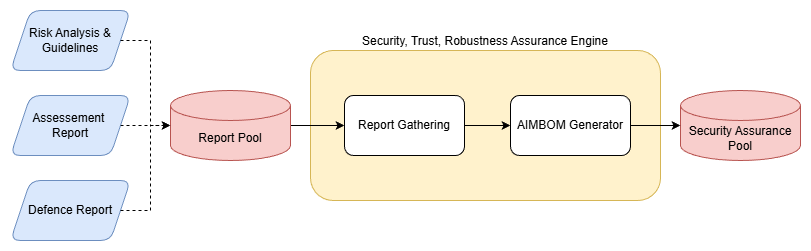
CoEvolution-Project-EU/STRAE_T5.4 keeps this draw.io diagram as docs/graphics/strae_arch.png. Above is the earlier version. Source tidied: cells renumbered, new cells last; positions are measured from the earlier drawing's top-left corner, leaving out a move shared by most shapes. Source of this version:
```xml
<mxGraphModel>
  <root>
    <mxCell id="0" />
    <mxCell id="1" parent="0" />
    <mxCell id="2" value="Security, Trust, Robustness Assurance Engine" style="rounded=1;whiteSpace=wrap;html=1;fillColor=#fff2cc;strokeColor=#d6b656;labelPosition=center;verticalLabelPosition=top;align=center;verticalAlign=bottom;" parent="1" vertex="1">
      <mxGeometry x="300" y="40" width="350" height="150" as="geometry" />
    </mxCell>
    <mxCell id="3" style="edgeStyle=orthogonalEdgeStyle;rounded=0;jettySize=auto;html=1;exitX=1;exitY=0.5;exitDx=0;exitDy=0;exitPerimeter=0;entryX=0;entryY=0.5;entryDx=0;entryDy=0;" parent="1" edge="1" source="4" target="14">
      <mxGeometry relative="1" as="geometry" />
    </mxCell>
    <mxCell id="4" value="Report Pool" style="shape=cylinder3;whiteSpace=wrap;html=1;boundedLbl=1;backgroundOutline=1;size=15;fillColor=#f8cecc;strokeColor=#b85450;" parent="1" vertex="1">
      <mxGeometry x="160" y="80" width="120" height="70" as="geometry" />
    </mxCell>
    <mxCell id="5" value="Security Assurance Pool" style="shape=cylinder3;whiteSpace=wrap;html=1;boundedLbl=1;backgroundOutline=1;size=15;fillColor=#f8cecc;strokeColor=#b85450;" parent="1" vertex="1">
      <mxGeometry x="670" y="80" width="120" height="70" as="geometry" />
    </mxCell>
    <mxCell id="6" value="Risk Analysis &amp;amp; Guidelines" style="shape=parallelogram;perimeter=parallelogramPerimeter;whiteSpace=wrap;html=1;fixedSize=1;fillColor=#dae8fc;strokeColor=#6c8ebf;rounded=1;" parent="1" vertex="1">
      <mxGeometry width="120" height="60" as="geometry" />
    </mxCell>
    <mxCell id="7" value="Assessement&amp;nbsp;&lt;div&gt;Report&lt;/div&gt;" style="shape=parallelogram;perimeter=parallelogramPerimeter;whiteSpace=wrap;html=1;fixedSize=1;fillColor=#dae8fc;strokeColor=#6c8ebf;rounded=1;" parent="1" vertex="1">
      <mxGeometry y="85" width="120" height="60" as="geometry" />
    </mxCell>
    <mxCell id="8" value="Defence Report" style="shape=parallelogram;perimeter=parallelogramPerimeter;whiteSpace=wrap;html=1;fixedSize=1;fillColor=#dae8fc;strokeColor=#6c8ebf;rounded=1;" parent="1" vertex="1">
      <mxGeometry y="170" width="120" height="60" as="geometry" />
    </mxCell>
    <mxCell id="9" style="edgeStyle=orthogonalEdgeStyle;rounded=0;jettySize=auto;html=1;exitX=1;exitY=0.5;exitDx=0;exitDy=0;entryX=0;entryY=0.5;entryDx=0;entryDy=0;entryPerimeter=0;dashed=1;" parent="1" edge="1" source="6" target="4">
      <mxGeometry relative="1" as="geometry">
        <Array as="points">
          <mxPoint x="140" y="30" />
          <mxPoint x="140" y="115" />
        </Array>
      </mxGeometry>
    </mxCell>
    <mxCell id="10" style="edgeStyle=orthogonalEdgeStyle;rounded=0;jettySize=auto;html=1;exitX=1;exitY=0.5;exitDx=0;exitDy=0;entryX=0;entryY=0.5;entryDx=0;entryDy=0;entryPerimeter=0;dashed=1;" parent="1" edge="1" source="7" target="4">
      <mxGeometry relative="1" as="geometry" />
    </mxCell>
    <mxCell id="11" style="edgeStyle=orthogonalEdgeStyle;rounded=0;jettySize=auto;html=1;exitX=1;exitY=0.5;exitDx=0;exitDy=0;entryX=0;entryY=0.5;entryDx=0;entryDy=0;entryPerimeter=0;dashed=1;" parent="1" edge="1" source="8" target="4">
      <mxGeometry relative="1" as="geometry" />
    </mxCell>
    <mxCell id="12" value="AIMBOM Generator" style="rounded=1;whiteSpace=wrap;html=1;" parent="1" vertex="1">
      <mxGeometry x="500" y="85" width="120" height="60" as="geometry" />
    </mxCell>
    <mxCell id="13" style="edgeStyle=orthogonalEdgeStyle;rounded=0;jettySize=auto;html=1;exitX=1;exitY=0.5;exitDx=0;exitDy=0;entryX=0;entryY=0.5;entryDx=0;entryDy=0;" parent="1" edge="1" source="14" target="12">
      <mxGeometry relative="1" as="geometry" />
    </mxCell>
    <mxCell id="14" value="Report Gathering" style="rounded=1;whiteSpace=wrap;html=1;" parent="1" vertex="1">
      <mxGeometry x="334" y="85" width="120" height="60" as="geometry" />
    </mxCell>
    <mxCell id="15" style="edgeStyle=orthogonalEdgeStyle;rounded=0;jettySize=auto;html=1;exitX=1;exitY=0.5;exitDx=0;exitDy=0;entryX=0;entryY=0.5;entryDx=0;entryDy=0;entryPerimeter=0;" parent="1" edge="1" source="12" target="5">
      <mxGeometry relative="1" as="geometry" />
    </mxCell>
  </root>
</mxGraphModel>
```
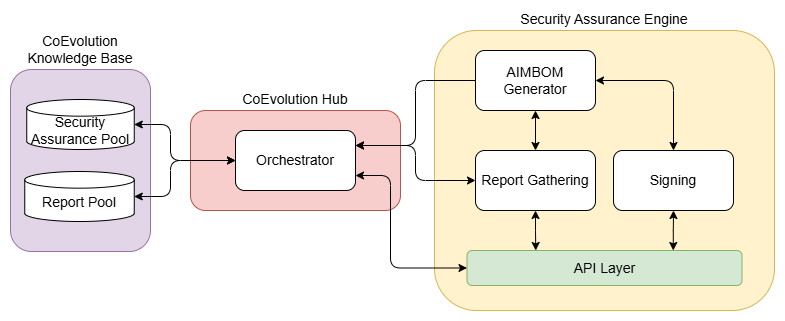
Later version of the same file.

Change to the diagram source:
```diff
@@ -2,52 +2,77 @@
   <root>
     <mxCell id="0" />
     <mxCell id="1" parent="0" />
-    <mxCell id="2" value="Security, Trust, Robustness Assurance Engine" style="rounded=1;whiteSpace=wrap;html=1;fillColor=#fff2cc;strokeColor=#d6b656;labelPosition=center;verticalLabelPosition=top;align=center;verticalAlign=bottom;" parent="1" vertex="1">
-      <mxGeometry x="300" y="40" width="350" height="150" as="geometry" />
+    <mxCell id="2" value="CoEvolution Hub" style="rounded=1;whiteSpace=wrap;html=1;fillColor=#f8cecc;strokeColor=#b85450;fontSize=14;verticalAlign=bottom;labelPosition=center;verticalLabelPosition=top;align=center;" parent="1" vertex="1">
+      <mxGeometry x="180" y="480" width="210" height="100" as="geometry" />
     </mxCell>
-    <mxCell id="3" style="edgeStyle=orthogonalEdgeStyle;rounded=0;jettySize=auto;html=1;exitX=1;exitY=0.5;exitDx=0;exitDy=0;exitPerimeter=0;entryX=0;entryY=0.5;entryDx=0;entryDy=0;" parent="1" edge="1" source="4" target="14">
-      <mxGeometry relative="1" as="geometry" />
+    <mxCell id="3" value="CoEvolution Knowledge Base" style="rounded=1;whiteSpace=wrap;html=1;fillColor=#e1d5e7;strokeColor=#9673a6;verticalAlign=bottom;labelPosition=center;verticalLabelPosition=top;align=center;fontSize=14;" parent="1" vertex="1">
+      <mxGeometry y="439" width="140" height="182" as="geometry" />
     </mxCell>
-    <mxCell id="4" value="Report Pool" style="shape=cylinder3;whiteSpace=wrap;html=1;boundedLbl=1;backgroundOutline=1;size=15;fillColor=#f8cecc;strokeColor=#b85450;" parent="1" vertex="1">
-      <mxGeometry x="160" y="80" width="120" height="70" as="geometry" />
+    <mxCell id="4" style="edgeStyle=orthogonalEdgeStyle;rounded=1;jettySize=auto;html=1;exitX=1;exitY=0.5;exitDx=0;exitDy=0;exitPerimeter=0;entryX=0;entryY=0.5;entryDx=0;entryDy=0;startArrow=classic;startFill=1;curved=0;fontSize=14;" parent="1" edge="1" source="5" target="19">
+      <mxGeometry relative="1" as="geometry">
+        <Array as="points">
+          <mxPoint x="160" y="566" />
+          <mxPoint x="160" y="530" />
+        </Array>
+      </mxGeometry>
     </mxCell>
-    <mxCell id="5" value="Security Assurance Pool" style="shape=cylinder3;whiteSpace=wrap;html=1;boundedLbl=1;backgroundOutline=1;size=15;fillColor=#f8cecc;strokeColor=#b85450;" parent="1" vertex="1">
-      <mxGeometry x="670" y="80" width="120" height="70" as="geometry" />
+    <mxCell id="5" value="Report Pool" style="strokeWidth=1;html=1;shape=mxgraph.flowchart.database;whiteSpace=wrap;labelPosition=center;verticalLabelPosition=middle;align=center;verticalAlign=middle;spacingTop=11;fontSize=14;" parent="1" vertex="1">
+      <mxGeometry x="14.2" y="541" width="109.5" height="50" as="geometry" />
     </mxCell>
-    <mxCell id="6" value="Risk Analysis &amp;amp; Guidelines" style="shape=parallelogram;perimeter=parallelogramPerimeter;whiteSpace=wrap;html=1;fixedSize=1;fillColor=#dae8fc;strokeColor=#6c8ebf;rounded=1;" parent="1" vertex="1">
-      <mxGeometry width="120" height="60" as="geometry" />
+    <mxCell id="6" value="Security Assurance Pool" style="strokeWidth=1;html=1;shape=mxgraph.flowchart.database;whiteSpace=wrap;labelPosition=center;verticalLabelPosition=middle;align=center;verticalAlign=middle;spacingTop=11;fontSize=14;" parent="1" vertex="1">
+      <mxGeometry x="16.2" y="469" width="107.5" height="50" as="geometry" />
     </mxCell>
-    <mxCell id="7" value="Assessement&amp;nbsp;&lt;div&gt;Report&lt;/div&gt;" style="shape=parallelogram;perimeter=parallelogramPerimeter;whiteSpace=wrap;html=1;fixedSize=1;fillColor=#dae8fc;strokeColor=#6c8ebf;rounded=1;" parent="1" vertex="1">
-      <mxGeometry y="85" width="120" height="60" as="geometry" />
+    <mxCell id="7" value="Security Assurance Engine" style="rounded=1;whiteSpace=wrap;html=1;fillColor=#fff2cc;strokeColor=#d6b656;labelPosition=center;verticalLabelPosition=top;align=center;verticalAlign=bottom;fontSize=14;" parent="1" vertex="1">
+      <mxGeometry x="424" y="400" width="340" height="280" as="geometry" />
     </mxCell>
-    <mxCell id="8" value="Defence Report" style="shape=parallelogram;perimeter=parallelogramPerimeter;whiteSpace=wrap;html=1;fixedSize=1;fillColor=#dae8fc;strokeColor=#6c8ebf;rounded=1;" parent="1" vertex="1">
-      <mxGeometry y="170" width="120" height="60" as="geometry" />
+    <mxCell id="8" style="edgeStyle=orthogonalEdgeStyle;rounded=0;jettySize=auto;html=1;exitX=0.75;exitY=0;exitDx=0;exitDy=0;entryX=0.5;entryY=1;entryDx=0;entryDy=0;startArrow=classic;startFill=1;fontSize=14;" parent="1" edge="1" source="9" target="17">
+      <mxGeometry relative="1" as="geometry" />
     </mxCell>
-    <mxCell id="9" style="edgeStyle=orthogonalEdgeStyle;rounded=0;jettySize=auto;html=1;exitX=1;exitY=0.5;exitDx=0;exitDy=0;entryX=0;entryY=0.5;entryDx=0;entryDy=0;entryPerimeter=0;dashed=1;" parent="1" edge="1" source="6" target="4">
-      <mxGeometry relative="1" as="geometry">
-        <Array as="points">
-          <mxPoint x="140" y="30" />
-          <mxPoint x="140" y="115" />
-        </Array>
-      </mxGeometry>
+    <mxCell id="9" value="API Layer" style="rounded=1;whiteSpace=wrap;html=1;fontSize=14;fillColor=#d5e8d4;strokeColor=#82b366;" parent="1" vertex="1">
+      <mxGeometry x="456.5" y="620" width="275" height="35" as="geometry" />
     </mxCell>
-    <mxCell id="10" style="edgeStyle=orthogonalEdgeStyle;rounded=0;jettySize=auto;html=1;exitX=1;exitY=0.5;exitDx=0;exitDy=0;entryX=0;entryY=0.5;entryDx=0;entryDy=0;entryPerimeter=0;dashed=1;" parent="1" edge="1" source="7" target="4">
+    <mxCell id="10" style="edgeStyle=orthogonalEdgeStyle;rounded=0;jettySize=auto;html=1;exitX=0.5;exitY=1;exitDx=0;exitDy=0;entryX=0.25;entryY=0;entryDx=0;entryDy=0;startArrow=classic;startFill=1;fontSize=14;" parent="1" edge="1" source="13" target="9">
       <mxGeometry relative="1" as="geometry" />
     </mxCell>
-    <mxCell id="11" style="edgeStyle=orthogonalEdgeStyle;rounded=0;jettySize=auto;html=1;exitX=1;exitY=0.5;exitDx=0;exitDy=0;entryX=0;entryY=0.5;entryDx=0;entryDy=0;entryPerimeter=0;dashed=1;" parent="1" edge="1" source="8" target="4">
+    <mxCell id="11" style="edgeStyle=orthogonalEdgeStyle;rounded=0;jettySize=auto;html=1;exitX=0.5;exitY=0;exitDx=0;exitDy=0;entryX=0.5;entryY=1;entryDx=0;entryDy=0;startArrow=classic;startFill=1;fontSize=14;" parent="1" edge="1" source="13" target="16">
       <mxGeometry relative="1" as="geometry" />
     </mxCell>
-    <mxCell id="12" value="AIMBOM Generator" style="rounded=1;whiteSpace=wrap;html=1;" parent="1" vertex="1">
-      <mxGeometry x="500" y="85" width="120" height="60" as="geometry" />
+    <mxCell id="12" style="edgeStyle=orthogonalEdgeStyle;rounded=1;jettySize=auto;html=1;exitX=0;exitY=0.5;exitDx=0;exitDy=0;entryX=1;entryY=0.25;entryDx=0;entryDy=0;curved=0;startArrow=classic;startFill=1;fontSize=14;" parent="1" edge="1" source="13" target="19">
+      <mxGeometry relative="1" as="geometry" />
     </mxCell>
-    <mxCell id="13" style="edgeStyle=orthogonalEdgeStyle;rounded=0;jettySize=auto;html=1;exitX=1;exitY=0.5;exitDx=0;exitDy=0;entryX=0;entryY=0.5;entryDx=0;entryDy=0;" parent="1" edge="1" source="14" target="12">
-      <mxGeometry relative="1" as="geometry" />
+    <mxCell id="13" value="Report Gathering" style="rounded=1;whiteSpace=wrap;html=1;fontSize=14;" parent="1" vertex="1">
+      <mxGeometry x="465" y="520" width="120" height="60" as="geometry" />
     </mxCell>
-    <mxCell id="14" value="Report Gathering" style="rounded=1;whiteSpace=wrap;html=1;" parent="1" vertex="1">
-      <mxGeometry x="334" y="85" width="120" height="60" as="geometry" />
+    <mxCell id="14" style="edgeStyle=orthogonalEdgeStyle;rounded=1;jettySize=auto;html=1;exitX=0;exitY=0.5;exitDx=0;exitDy=0;entryX=1;entryY=0.25;entryDx=0;entryDy=0;curved=0;fontSize=14;" parent="1" edge="1" source="16" target="19">
+      <mxGeometry relative="1" as="geometry" />
     </mxCell>
-    <mxCell id="15" style="edgeStyle=orthogonalEdgeStyle;rounded=0;jettySize=auto;html=1;exitX=1;exitY=0.5;exitDx=0;exitDy=0;entryX=0;entryY=0.5;entryDx=0;entryDy=0;entryPerimeter=0;" parent="1" edge="1" source="12" target="5">
+    <mxCell id="15" style="edgeStyle=orthogonalEdgeStyle;rounded=1;jettySize=auto;html=1;exitX=1;exitY=0.5;exitDx=0;exitDy=0;entryX=0.5;entryY=0;entryDx=0;entryDy=0;startArrow=classic;startFill=1;curved=0;" parent="1" edge="1" source="16" target="17">
       <mxGeometry relative="1" as="geometry" />
     </mxCell>
+    <mxCell id="16" value="AIMBOM Generator" style="rounded=1;whiteSpace=wrap;html=1;fontSize=14;" parent="1" vertex="1">
+      <mxGeometry x="465" y="420" width="120" height="60" as="geometry" />
+    </mxCell>
+    <mxCell id="17" value="Signing" style="rounded=1;whiteSpace=wrap;html=1;fontSize=14;" parent="1" vertex="1">
+      <mxGeometry x="603" y="520" width="120" height="60" as="geometry" />
+    </mxCell>
+    <mxCell id="18" style="edgeStyle=orthogonalEdgeStyle;rounded=1;jettySize=auto;html=1;exitX=1;exitY=0.75;exitDx=0;exitDy=0;entryX=0;entryY=0.5;entryDx=0;entryDy=0;curved=0;startArrow=classic;startFill=1;fontSize=14;" parent="1" edge="1" source="19" target="9">
+      <mxGeometry relative="1" as="geometry">
+        <Array as="points">
+          <mxPoint x="380" y="545" />
+          <mxPoint x="380" y="638" />
+        </Array>
+      </mxGeometry>
+    </mxCell>
+    <mxCell id="19" value="Orchestrator" style="rounded=1;whiteSpace=wrap;html=1;fontSize=14;" parent="1" vertex="1">
+      <mxGeometry x="225" y="500" width="120" height="60" as="geometry" />
+    </mxCell>
+    <mxCell id="20" style="edgeStyle=orthogonalEdgeStyle;rounded=1;jettySize=auto;html=1;exitX=0;exitY=0.5;exitDx=0;exitDy=0;entryX=1;entryY=0.5;entryDx=0;entryDy=0;entryPerimeter=0;startArrow=classic;startFill=1;curved=0;fontSize=14;" parent="1" edge="1" source="19" target="6">
+      <mxGeometry relative="1" as="geometry">
+        <Array as="points">
+          <mxPoint x="160" y="530" />
+          <mxPoint x="160" y="494" />
+        </Array>
+      </mxGeometry>
+    </mxCell>
   </root>
 </mxGraphModel>
```
